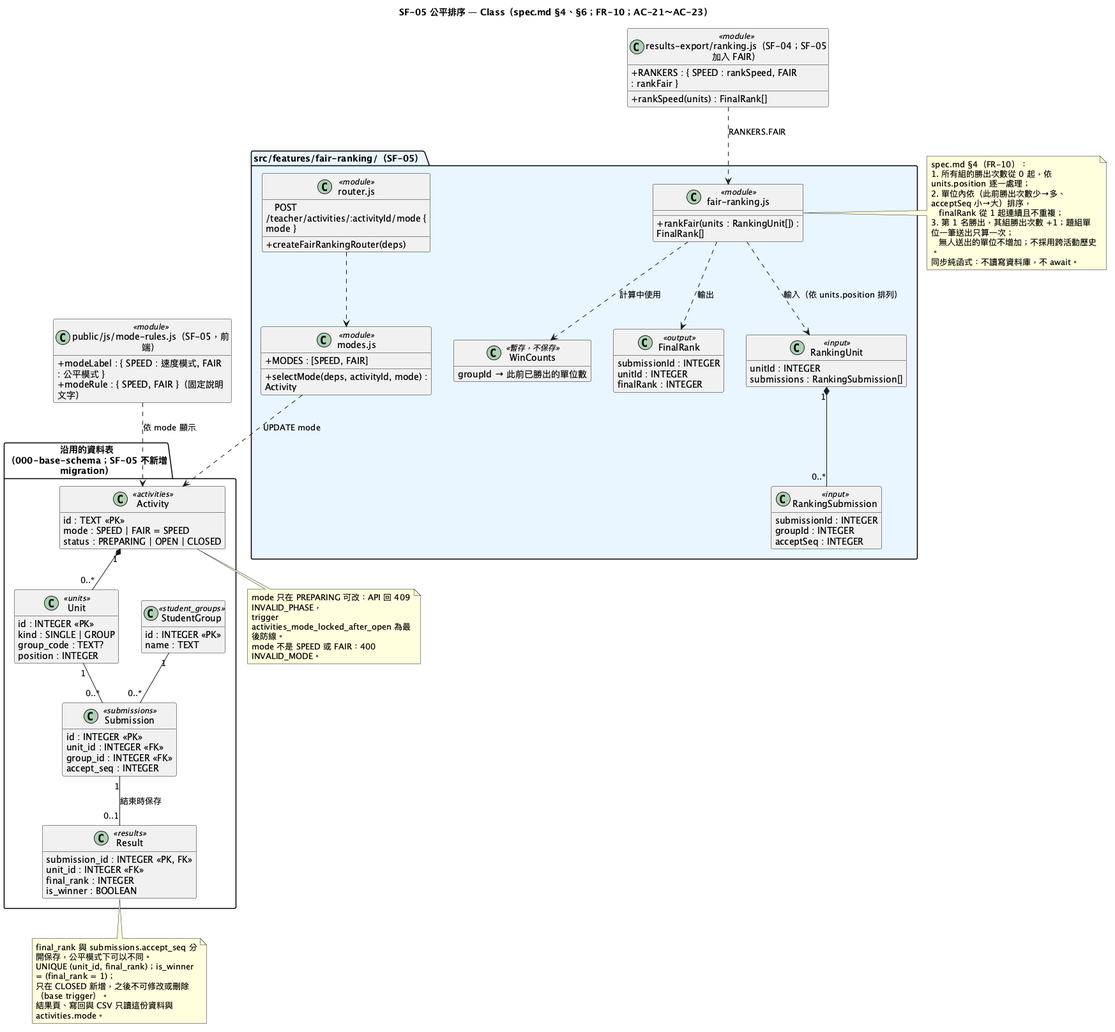
Before: diagrams/005-fair-ranking-class.png, a diagram exported from PlantUML (tom1030507/classroom-buzzer-system-speckit).
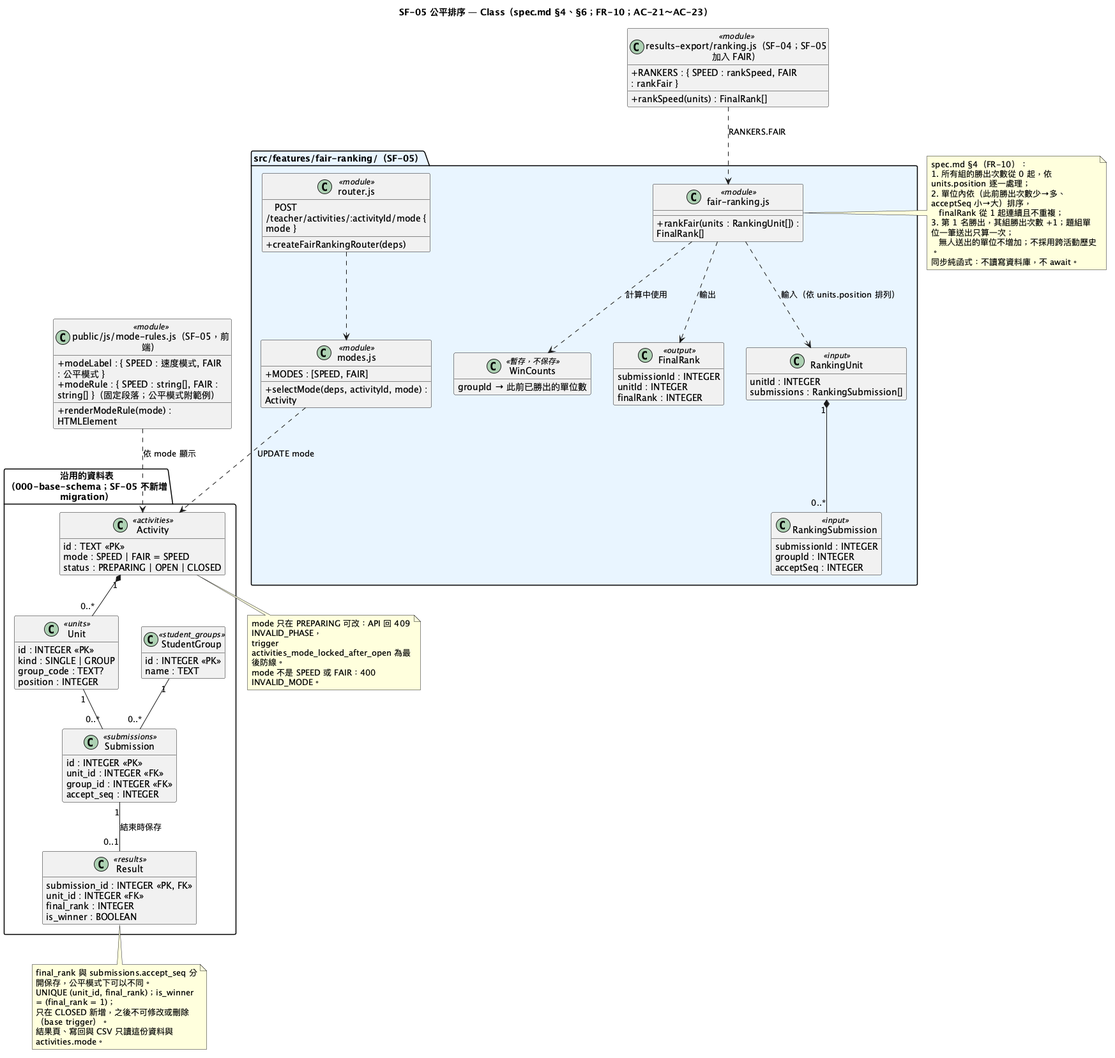
The same diagram one commit later.

The edit, as a diff of the source:
```diff
@@ -73,7 +73,8 @@
 
 class "public/js/mode-rules.js（SF-05，前端）" as ModeRules <<module>> {
   +modeLabel : { SPEED : 速度模式, FAIR : 公平模式 }
-  +modeRule : { SPEED, FAIR }（固定說明文字）
+  +modeRule : { SPEED : string[], FAIR : string[] }（固定段落；公平模式附範例）
+  +renderModeRule(mode) : HTMLElement
 }
 
 Activity "1" *-- "0..*" Unit
```
